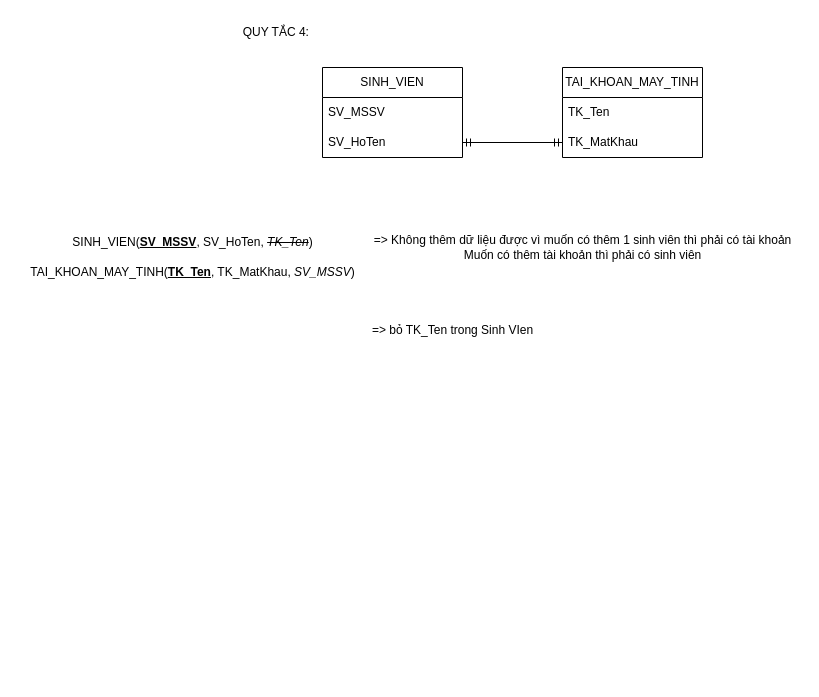
The draw.io diagram ChuyenERDsangQuanHe.drawio in itzkoi-ctu/EX1, before the edit. Source tidied: cells renumbered, new cells numbered last; positions are measured from the earlier drawing's top-left corner, leaving out a move shared by most shapes. Both pictures are drawn from the tidied source at 100%, with x=0, y=0 at pixel (17, 17).
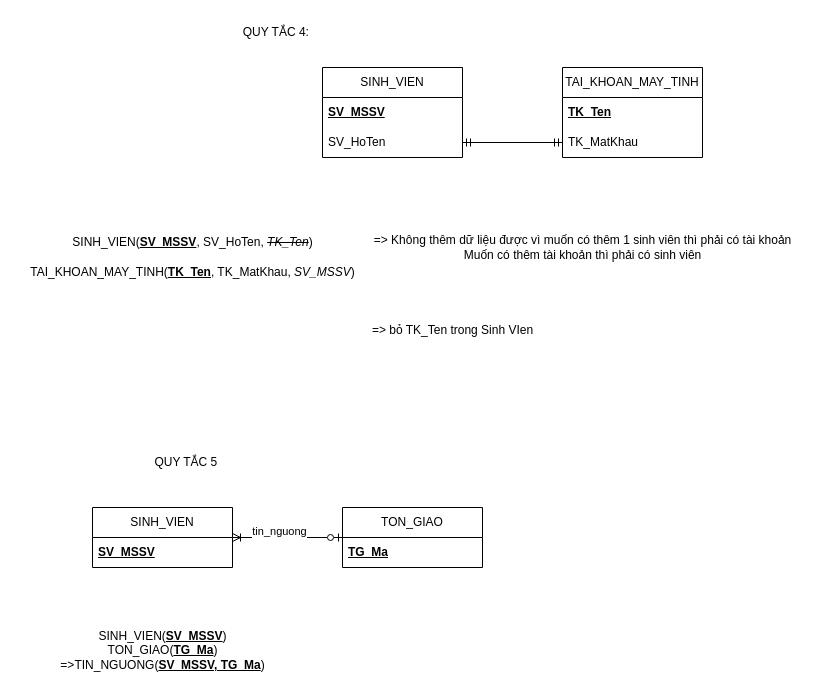
After the change.

The change refers to these unchanged cells:
```xml
<mxCell id="2" value="SINH_VIEN" style="swimlane;fontStyle=0;horizontal=1;startSize=30;whiteSpace=wrap;html=1;" parent="1" vertex="1">
  <mxGeometry x="305" y="50" width="140" height="90" as="geometry" />
</mxCell>
<mxCell id="5" value="TAI_KHOAN_MAY_TINH" style="swimlane;fontStyle=0;horizontal=1;startSize=30;whiteSpace=wrap;html=1;" parent="1" vertex="1">
  <mxGeometry x="545" y="50" width="140" height="90" as="geometry" />
</mxCell>
```

Change to the diagram source:
```diff
@@
-    <mxCell id="3" value="SV_MSSV" style="text;strokeColor=none;fillColor=none;align=left;verticalAlign=middle;spacingLeft=4;spacingRight=4;overflow=hidden;whiteSpace=wrap;html=1;" parent="2" vertex="1">
+    <mxCell id="3" value="&lt;u&gt;&lt;b&gt;SV_MSSV&lt;/b&gt;&lt;/u&gt;" style="text;strokeColor=none;fillColor=none;align=left;verticalAlign=middle;spacingLeft=4;spacingRight=4;overflow=hidden;whiteSpace=wrap;html=1;" parent="2" vertex="1">
       <mxGeometry y="30" width="140" height="30" as="geometry" />
     </mxCell>
@@
-    <mxCell id="6" value="TK_Ten" style="text;strokeColor=none;fillColor=none;align=left;verticalAlign=middle;spacingLeft=4;spacingRight=4;overflow=hidden;whiteSpace=wrap;html=1;" parent="5" vertex="1">
+    <mxCell id="6" value="&lt;u&gt;&lt;b&gt;TK_Ten&lt;/b&gt;&lt;/u&gt;" style="text;strokeColor=none;fillColor=none;align=left;verticalAlign=middle;spacingLeft=4;spacingRight=4;overflow=hidden;whiteSpace=wrap;html=1;" parent="5" vertex="1">
       <mxGeometry y="30" width="140" height="30" as="geometry" />
     </mxCell>
@@
+    <mxCell id="14" value="QUY TẮC 5&amp;nbsp;" style="text;html=1;align=center;verticalAlign=middle;strokeColor=none;fillColor=none;" parent="1" vertex="1">
+      <mxGeometry x="125" y="430" width="90" height="30" as="geometry" />
+    </mxCell>
+    <mxCell id="15" value="TON_GIAO" style="swimlane;fontStyle=0;horizontal=1;startSize=30;whiteSpace=wrap;html=1;" parent="1" vertex="1">
+      <mxGeometry x="325" y="490" width="140" height="60" as="geometry" />
+    </mxCell>
+    <mxCell id="16" value="&lt;b&gt;&lt;u&gt;TG_Ma&lt;/u&gt;&lt;/b&gt;" style="text;strokeColor=none;fillColor=none;align=left;verticalAlign=middle;spacingLeft=4;spacingRight=4;overflow=hidden;whiteSpace=wrap;html=1;" parent="15" vertex="1">
+      <mxGeometry y="30" width="140" height="30" as="geometry" />
+    </mxCell>
+    <mxCell id="17" style="edgeStyle=orthogonalEdgeStyle;rounded=0;jettySize=auto;html=1;entryX=0;entryY=0.5;entryDx=0;entryDy=0;startArrow=ERoneToMany;startFill=0;endArrow=ERzeroToOne;endFill=0;" parent="1" edge="1" source="19" target="15">
+      <mxGeometry relative="1" as="geometry" />
+    </mxCell>
+    <mxCell id="18" value="tin_nguong&lt;div&gt;&lt;br&gt;&lt;/div&gt;" style="edgeLabel;html=1;align=center;verticalAlign=middle;" parent="17" vertex="1">
+      <mxGeometry x="-0.17" relative="1" as="geometry" />
+    </mxCell>
+    <mxCell id="19" value="SINH_VIEN" style="swimlane;fontStyle=0;horizontal=1;startSize=30;whiteSpace=wrap;html=1;" parent="1" vertex="1">
+      <mxGeometry x="75" y="490" width="140" height="60" as="geometry" />
+    </mxCell>
+    <mxCell id="20" value="&lt;u&gt;&lt;b&gt;SV_MSSV&lt;/b&gt;&lt;/u&gt;" style="text;strokeColor=none;fillColor=none;align=left;verticalAlign=middle;spacingLeft=4;spacingRight=4;overflow=hidden;whiteSpace=wrap;html=1;" parent="19" vertex="1">
+      <mxGeometry y="30" width="140" height="30" as="geometry" />
+    </mxCell>
+    <mxCell id="21" value="SINH_VIEN(&lt;b&gt;&lt;u&gt;SV_MSSV&lt;/u&gt;&lt;/b&gt;)&lt;div&gt;TON_GIAO(&lt;b&gt;&lt;u&gt;TG_Ma&lt;/u&gt;&lt;/b&gt;)&lt;/div&gt;&lt;div&gt;=&amp;gt;TIN_NGUONG(&lt;b style=&quot;text-decoration-line: underline;&quot;&gt;SV_MSSV, TG_Ma&lt;/b&gt;)&lt;/div&gt;" style="text;html=1;align=center;verticalAlign=middle;strokeColor=none;fillColor=none;" parent="1" vertex="1">
+      <mxGeometry x="30" y="603" width="230" height="60" as="geometry" />
+    </mxCell>
```
